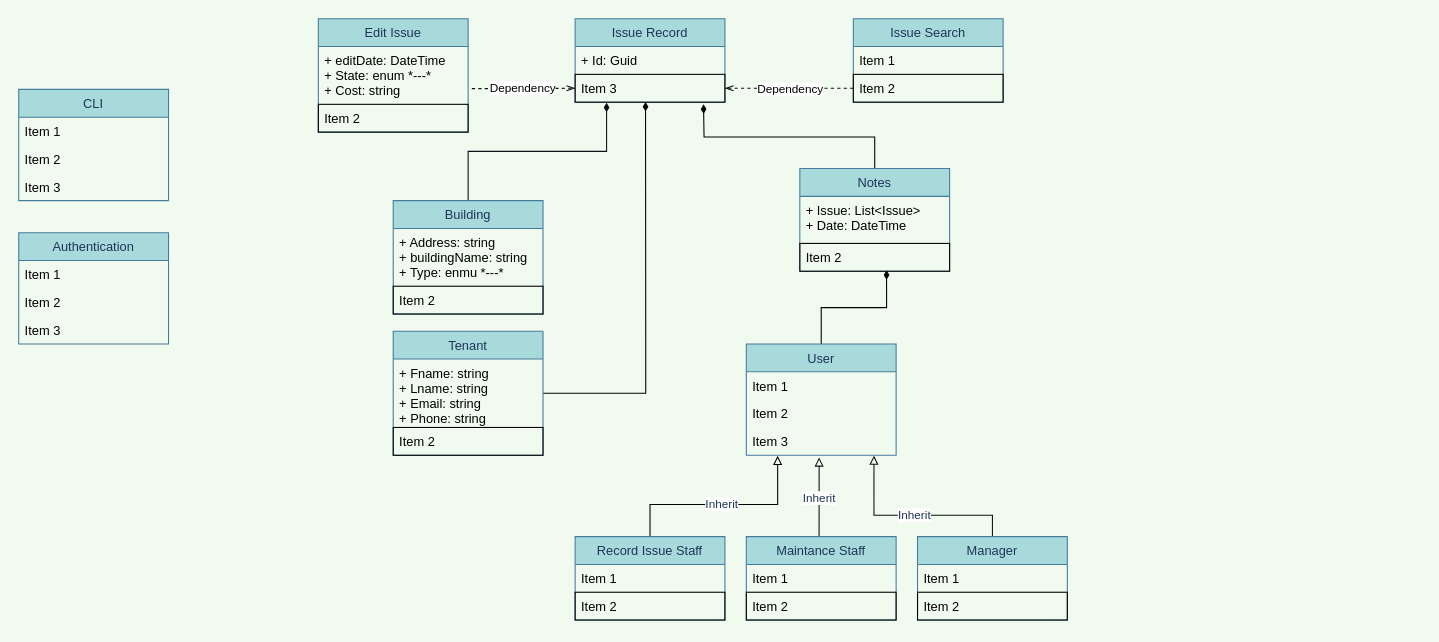
Earlier version of the draw.io diagram OtherStuff/ClassDiagram.drawio (KAL17002493/BuildingManagement-System). Source tidied: cells renumbered, new cells numbered last; positions are measured from the earlier drawing's top-left corner, leaving out a move shared by most shapes. Both pictures are drawn from the tidied source at 107%, with x=0, y=0 at pixel (18, 18).
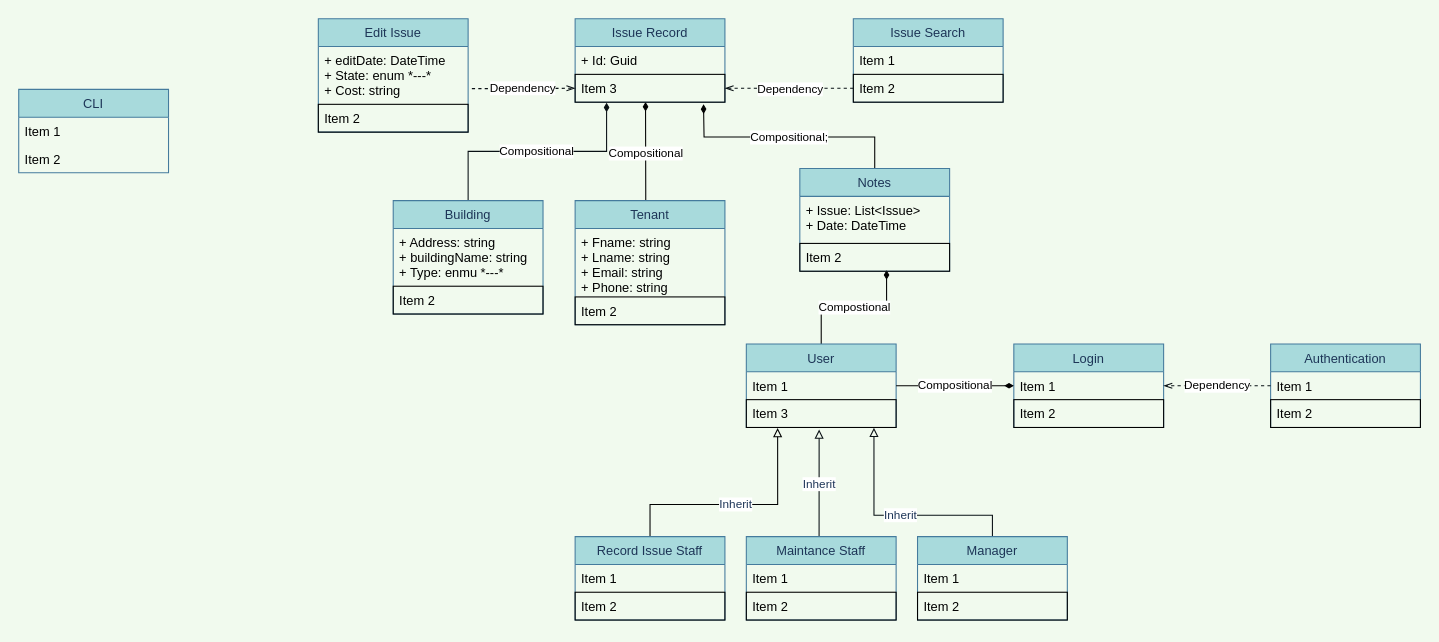
After the change.

The change refers to these unchanged cells:
```xml
<mxCell id="16" value="+ Fname: string&#10;+ Lname: string&#10;+ Email: string&#10;+ Phone: string" style="text;strokeColor=none;fillColor=none;align=left;verticalAlign=top;spacingLeft=4;spacingRight=4;overflow=hidden;points=[[0,0.5],[1,0.5]];portConstraint=eastwest;" parent="15" vertex="1">
  <mxGeometry y="26" width="140" height="64" as="geometry" />
</mxCell>
<mxCell id="20" value="Item 1" style="text;strokeColor=none;fillColor=none;align=left;verticalAlign=top;spacingLeft=4;spacingRight=4;overflow=hidden;points=[[0,0.5],[1,0.5]];portConstraint=eastwest;" parent="19" vertex="1">
  <mxGeometry y="26" width="140" height="26" as="geometry" />
</mxCell>
<mxCell id="25" value="Item 3" style="text;fillColor=none;align=left;verticalAlign=top;spacingLeft=4;spacingRight=4;overflow=hidden;points=[[0,0.5],[1,0.5]];portConstraint=eastwest;strokeColor=#000000;" parent="23" vertex="1">
  <mxGeometry y="52" width="140" height="26" as="geometry" />
</mxCell>
<mxCell id="34" value="Notes" style="swimlane;fontStyle=0;horizontal=1;startSize=26;rounded=0;sketch=0;fontColor=#1D3557;strokeColor=#457B9D;fillColor=#A8DADC;" parent="1" vertex="1">
  <mxGeometry x="730" y="140" width="140" height="96" as="geometry" />
</mxCell>
<mxCell id="36" value="Item 2" style="text;fillColor=none;align=left;verticalAlign=top;spacingLeft=4;spacingRight=4;overflow=hidden;points=[[0,0.5],[1,0.5]];portConstraint=eastwest;strokeColor=#000000;" parent="34" vertex="1">
  <mxGeometry y="70" width="140" height="26" as="geometry" />
</mxCell>
<mxCell id="43" value="Building" style="swimlane;fontStyle=0;horizontal=1;startSize=26;rounded=0;sketch=0;fontColor=#1D3557;strokeColor=#457B9D;fillColor=#A8DADC;" parent="1" vertex="1">
  <mxGeometry x="350" y="170" width="140" height="106" as="geometry" />
</mxCell>
<mxCell id="47" value="Item 1" style="text;strokeColor=none;fillColor=none;align=left;verticalAlign=top;spacingLeft=4;spacingRight=4;overflow=hidden;points=[[0,0.5],[1,0.5]];portConstraint=eastwest;" parent="46" vertex="1">
  <mxGeometry y="26" width="140" height="26" as="geometry" />
</mxCell>
```

The edit, as a diff of the source:
```diff
@@
-    <mxCell id="14" style="edgeStyle=orthogonalEdgeStyle;rounded=0;jettySize=auto;html=1;exitX=1;exitY=0.5;exitDx=0;exitDy=0;entryX=0.47;entryY=0.991;entryDx=0;entryDy=0;entryPerimeter=0;endArrow=diamondThin;endFill=1;" parent="1" edge="1" source="16" target="25">
+    <mxCell id="14" value="Compositional" style="edgeStyle=orthogonalEdgeStyle;rounded=0;jettySize=auto;html=1;exitX=0.5;exitY=0;exitDx=0;exitDy=0;entryX=0.47;entryY=0.991;entryDx=0;entryDy=0;entryPerimeter=0;endArrow=diamondThin;endFill=1;" parent="1" edge="1" source="15" target="25">
       <mxGeometry relative="1" as="geometry">
         <Array as="points">
-          <mxPoint x="586" y="350" />
-          <mxPoint x="586" y="300" />
+          <mxPoint x="586" y="170" />
+          <mxPoint x="586" y="160" />
         </Array>
       </mxGeometry>
     </mxCell>
     <mxCell id="15" value="Tenant" style="swimlane;fontStyle=0;horizontal=1;startSize=26;rounded=0;sketch=0;fontColor=#1D3557;strokeColor=#457B9D;fillColor=#A8DADC;" parent="1" vertex="1">
-      <mxGeometry x="350" y="292" width="140" height="116" as="geometry" />
+      <mxGeometry x="520" y="170" width="140" height="116" as="geometry" />
     </mxCell>
@@
-    <mxCell id="18" style="edgeStyle=orthogonalEdgeStyle;rounded=0;jettySize=auto;html=1;exitX=0.5;exitY=0;exitDx=0;exitDy=0;entryX=0.579;entryY=0.962;entryDx=0;entryDy=0;entryPerimeter=0;endArrow=diamondThin;endFill=1;" parent="1" edge="1" source="19" target="36">
+    <mxCell id="18" value="Compostional" style="edgeStyle=orthogonalEdgeStyle;rounded=0;jettySize=auto;html=1;exitX=0.5;exitY=0;exitDx=0;exitDy=0;entryX=0.579;entryY=0.962;entryDx=0;entryDy=0;entryPerimeter=0;endArrow=diamondThin;endFill=1;" parent="1" edge="1" source="19" target="36">
       <mxGeometry relative="1" as="geometry" />
     </mxCell>
     <mxCell id="19" value="User" style="swimlane;fontStyle=0;horizontal=1;startSize=26;rounded=0;sketch=0;fontColor=#1D3557;strokeColor=#457B9D;fillColor=#A8DADC;" parent="1" vertex="1">
-      <mxGeometry x="680" y="304" width="140" height="104" as="geometry" />
+      <mxGeometry x="680" y="304" width="140" height="78" as="geometry" />
     </mxCell>
@@
-    <mxCell id="21" value="Item 2" style="text;strokeColor=none;fillColor=none;align=left;verticalAlign=top;spacingLeft=4;spacingRight=4;overflow=hidden;" parent="19" vertex="1">
-      <mxGeometry y="52" width="140" height="26" as="geometry" />
-    </mxCell>
-    <mxCell id="22" value="Item 3" style="text;strokeColor=none;fillColor=none;align=left;verticalAlign=top;spacingLeft=4;spacingRight=4;overflow=hidden;points=[[0,0.5],[1,0.5]];portConstraint=eastwest;" parent="19" vertex="1">
-      <mxGeometry y="78" width="140" height="26" as="geometry" />
+    <mxCell id="22" value="Item 3" style="text;fillColor=none;align=left;verticalAlign=top;spacingLeft=4;spacingRight=4;overflow=hidden;points=[[0,0.5],[1,0.5]];portConstraint=eastwest;strokeColor=#000000;" parent="19" vertex="1">
+      <mxGeometry y="52" width="140" height="26" as="geometry" />
     </mxCell>
@@
     <mxCell id="29" value="CLI" style="swimlane;fontStyle=0;horizontal=1;startSize=26;rounded=0;sketch=0;fontColor=#1D3557;strokeColor=#457B9D;fillColor=#A8DADC;" parent="1" vertex="1">
-      <mxGeometry y="66" width="140" height="104" as="geometry" />
+      <mxGeometry y="66" width="140" height="78" as="geometry" />
     </mxCell>
@@
-    <mxCell id="32" value="Item 3" style="text;strokeColor=none;fillColor=none;align=left;verticalAlign=top;spacingLeft=4;spacingRight=4;overflow=hidden;" parent="29" vertex="1">
-      <mxGeometry y="78" width="140" height="26" as="geometry" />
-    </mxCell>
-    <mxCell id="33" style="edgeStyle=orthogonalEdgeStyle;rounded=0;jettySize=auto;html=1;exitX=0.5;exitY=0;exitDx=0;exitDy=0;shadow=0;sketch=0;endArrow=diamondThin;endFill=1;" parent="1" edge="1" source="34">
+    <mxCell id="33" value="Compositional;" style="edgeStyle=orthogonalEdgeStyle;rounded=0;jettySize=auto;html=1;exitX=0.5;exitY=0;exitDx=0;exitDy=0;shadow=0;sketch=0;endArrow=diamondThin;endFill=1;" parent="1" edge="1" source="34">
       <mxGeometry relative="1" as="geometry">
         <mxPoint x="640" y="80" as="targetPoint" />
       </mxGeometry>
     </mxCell>
@@
-    <mxCell id="42" style="edgeStyle=orthogonalEdgeStyle;rounded=0;sketch=0;jettySize=auto;html=1;exitX=0.5;exitY=0;exitDx=0;exitDy=0;entryX=0.21;entryY=1.019;entryDx=0;entryDy=0;entryPerimeter=0;shadow=0;endArrow=diamondThin;endFill=1;strokeColor=#091014;" parent="1" edge="1" source="43" target="25">
+    <mxCell id="42" value="Compositional" style="edgeStyle=orthogonalEdgeStyle;rounded=0;sketch=0;jettySize=auto;html=1;exitX=0.5;exitY=0;exitDx=0;exitDy=0;entryX=0.21;entryY=1.019;entryDx=0;entryDy=0;entryPerimeter=0;shadow=0;endArrow=diamondThin;endFill=1;strokeColor=#091014;" parent="1" edge="1" source="43" target="25">
       <mxGeometry relative="1" as="geometry" />
     </mxCell>
@@
     <mxCell id="46" value="Authentication" style="swimlane;fontStyle=0;horizontal=1;startSize=26;rounded=0;sketch=0;fontColor=#1D3557;strokeColor=#457B9D;fillColor=#A8DADC;" parent="1" vertex="1">
-      <mxGeometry y="200" width="140" height="104" as="geometry" />
+      <mxGeometry x="1170" y="304" width="140" height="78" as="geometry" />
     </mxCell>
@@
-    <mxCell id="48" value="Item 2" style="text;strokeColor=none;fillColor=none;align=left;verticalAlign=top;spacingLeft=4;spacingRight=4;overflow=hidden;" parent="46" vertex="1">
+    <mxCell id="48" value="Item 2" style="text;fillColor=none;align=left;verticalAlign=top;spacingLeft=4;spacingRight=4;overflow=hidden;strokeColor=#000000;" parent="46" vertex="1">
       <mxGeometry y="52" width="140" height="26" as="geometry" />
     </mxCell>
-    <mxCell id="49" value="Item 3" style="text;strokeColor=none;fillColor=none;align=left;verticalAlign=top;spacingLeft=4;spacingRight=4;overflow=hidden;" parent="46" vertex="1">
-      <mxGeometry y="78" width="140" height="26" as="geometry" />
-    </mxCell>
+    <mxCell id="50" value="Login" style="swimlane;fontStyle=0;horizontal=1;startSize=26;rounded=0;sketch=0;fontColor=#1D3557;strokeColor=#457B9D;fillColor=#A8DADC;" parent="1" vertex="1">
+      <mxGeometry x="930" y="304" width="140" height="78" as="geometry" />
+    </mxCell>
+    <mxCell id="51" value="Item 1" style="text;strokeColor=none;fillColor=none;align=left;verticalAlign=top;spacingLeft=4;spacingRight=4;overflow=hidden;points=[[0,0.5],[1,0.5]];portConstraint=eastwest;" parent="50" vertex="1">
+      <mxGeometry y="26" width="140" height="26" as="geometry" />
+    </mxCell>
+    <mxCell id="21" value="Item 2" style="text;fillColor=none;align=left;verticalAlign=top;spacingLeft=4;spacingRight=4;overflow=hidden;strokeColor=#000000;" parent="50" vertex="1">
+      <mxGeometry y="52" width="140" height="26" as="geometry" />
+    </mxCell>
+    <mxCell id="52" value="Dependency" style="edgeStyle=orthogonalEdgeStyle;rounded=0;sketch=0;jettySize=auto;html=1;exitX=0;exitY=0.5;exitDx=0;exitDy=0;entryX=1;entryY=0.5;entryDx=0;entryDy=0;shadow=0;strokeColor=#091014;dashed=1;endArrow=openThin;endFill=0;" parent="1" edge="1" source="47" target="51">
+      <mxGeometry relative="1" as="geometry">
+        <Array as="points">
+          <mxPoint x="1170" y="343" />
+        </Array>
+      </mxGeometry>
+    </mxCell>
+    <mxCell id="53" value="Compositional" style="edgeStyle=orthogonalEdgeStyle;rounded=0;jettySize=auto;html=1;exitX=1;exitY=0.5;exitDx=0;exitDy=0;entryX=0;entryY=0.5;entryDx=0;entryDy=0;endArrow=diamondThin;endFill=1;" parent="1" edge="1" source="20" target="51">
+      <mxGeometry relative="1" as="geometry" />
+    </mxCell>
```
